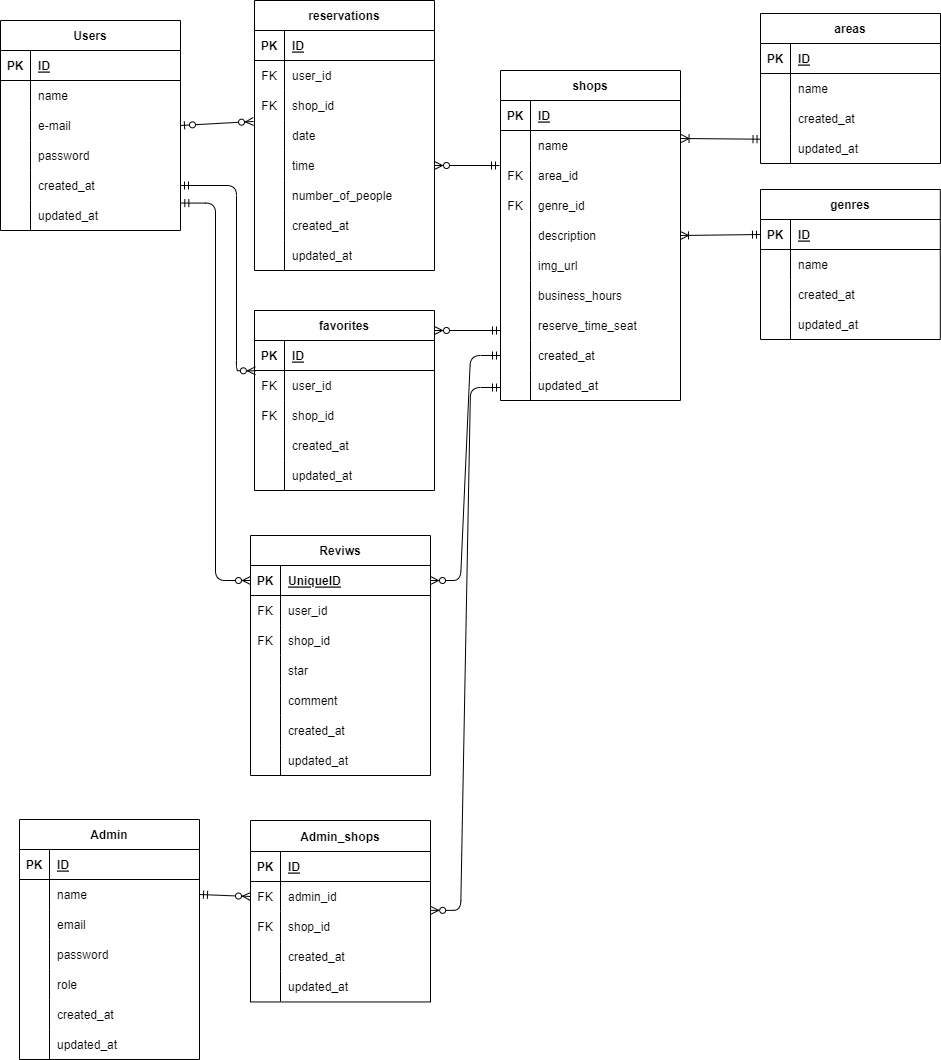
Above: ER.drawio.png in yuriF5/advance (draw.io), before the change. Source tidied: cells renumbered, new cells last; positions are measured from the earlier drawing's top-left corner, leaving out a move shared by most shapes.
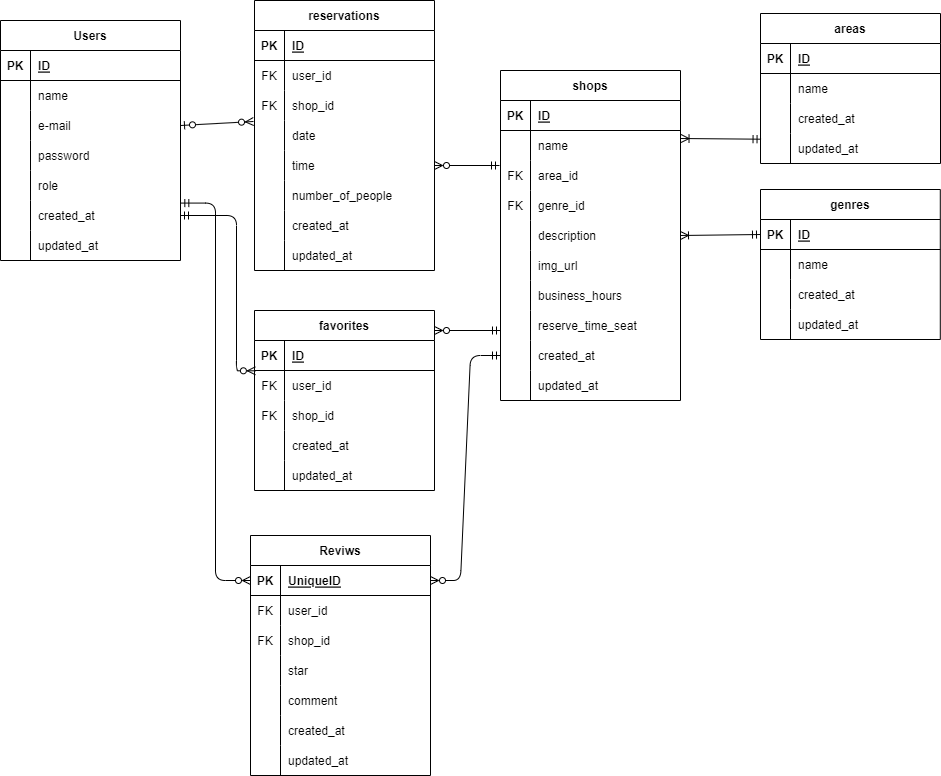
Later version of the same file.

Change to the diagram source:
```diff
@@ -3,7 +3,7 @@
     <mxCell id="0" />
     <mxCell id="1" parent="0" />
     <mxCell id="2" value="Users" style="shape=table;startSize=30;rowLines=0;fontStyle=1;align=center;" parent="1" vertex="1">
-      <mxGeometry y="20" width="180" height="210" as="geometry" />
+      <mxGeometry y="20" width="180" height="240" as="geometry" />
     </mxCell>
     <mxCell id="3" style="shape=tableRow;horizontal=0;startSize=0;swimlaneHead=0;swimlaneBody=0;fillColor=none;top=0;left=0;right=0;bottom=1;" parent="2" vertex="1">
       <mxGeometry y="30" width="180" height="30" as="geometry" />
@@ -41,8 +41,17 @@
     <mxCell id="14" value="password" style="shape=partialRectangle;fillColor=none;top=0;left=0;bottom=0;right=0;align=left;spacingLeft=6;overflow=hidden;" parent="12" vertex="1">
       <mxGeometry x="30" width="150" height="30" as="geometry" />
     </mxCell>
+    <mxCell id="138" style="shape=tableRow;horizontal=0;startSize=0;swimlaneHead=0;swimlaneBody=0;fillColor=none;top=0;left=0;right=0;bottom=0;" parent="2" vertex="1">
+      <mxGeometry y="150" width="180" height="30" as="geometry" />
+    </mxCell>
+    <mxCell id="189" style="shape=partialRectangle;fillColor=none;top=0;left=0;bottom=0;right=0;overflow=hidden;" parent="138" vertex="1">
+      <mxGeometry width="30" height="30" as="geometry" />
+    </mxCell>
+    <mxCell id="140" value="role" style="shape=partialRectangle;fillColor=none;top=0;left=0;bottom=0;right=0;align=left;spacingLeft=6;overflow=hidden;" parent="138" vertex="1">
+      <mxGeometry x="30" width="150" height="30" as="geometry" />
+    </mxCell>
     <mxCell id="15" style="shape=tableRow;horizontal=0;startSize=0;swimlaneHead=0;swimlaneBody=0;fillColor=none;points=[[0,0.5],[1,0.5]];portConstraint=eastwest;top=0;left=0;right=0;bottom=0;" parent="2" vertex="1">
-      <mxGeometry y="150" width="180" height="30" as="geometry" />
+      <mxGeometry y="180" width="180" height="30" as="geometry" />
     </mxCell>
     <mxCell id="16" style="shape=partialRectangle;fillColor=none;top=0;left=0;bottom=0;right=0;overflow=hidden;" parent="15" vertex="1">
       <mxGeometry width="30" height="30" as="geometry" />
@@ -51,7 +60,7 @@
       <mxGeometry x="30" width="150" height="30" as="geometry" />
     </mxCell>
     <mxCell id="18" style="shape=tableRow;horizontal=0;startSize=0;swimlaneHead=0;swimlaneBody=0;fillColor=none;top=0;left=0;right=0;bottom=0;" parent="2" vertex="1">
-      <mxGeometry y="180" width="180" height="30" as="geometry" />
+      <mxGeometry y="210" width="180" height="30" as="geometry" />
     </mxCell>
     <mxCell id="19" style="shape=partialRectangle;fillColor=none;top=0;left=0;bottom=0;right=0;overflow=hidden;" parent="18" vertex="1">
       <mxGeometry width="30" height="30" as="geometry" />
@@ -382,120 +391,6 @@
         <mxPoint x="500" y="330" as="targetPoint" />
       </mxGeometry>
     </mxCell>
-    <mxCell id="125" value="Admin" style="shape=table;startSize=30;rowLines=0;fontStyle=1;align=center;" parent="1" vertex="1">
-      <mxGeometry x="19" y="819" width="180" height="240" as="geometry" />
-    </mxCell>
-    <mxCell id="126" style="shape=tableRow;horizontal=0;startSize=0;swimlaneHead=0;swimlaneBody=0;fillColor=none;top=0;left=0;right=0;bottom=1;" parent="125" vertex="1">
-      <mxGeometry y="30" width="180" height="30" as="geometry" />
-    </mxCell>
-    <mxCell id="127" value="PK" style="shape=partialRectangle;fillColor=none;top=0;left=0;bottom=0;right=0;fontStyle=1;overflow=hidden;" parent="126" vertex="1">
-      <mxGeometry width="30" height="30" as="geometry" />
-    </mxCell>
-    <mxCell id="128" value="ID" style="shape=partialRectangle;fillColor=none;top=0;left=0;bottom=0;right=0;align=left;spacingLeft=6;fontStyle=5;overflow=hidden;" parent="126" vertex="1">
-      <mxGeometry x="30" width="150" height="30" as="geometry" />
-    </mxCell>
-    <mxCell id="129" style="shape=tableRow;horizontal=0;startSize=0;swimlaneHead=0;swimlaneBody=0;fillColor=none;points=[[0,0.5],[1,0.5]];portConstraint=eastwest;top=0;left=0;right=0;bottom=0;" parent="125" vertex="1">
-      <mxGeometry y="60" width="180" height="30" as="geometry" />
-    </mxCell>
-    <mxCell id="130" style="shape=partialRectangle;fillColor=none;top=0;left=0;bottom=0;right=0;overflow=hidden;" parent="129" vertex="1">
-      <mxGeometry width="30" height="30" as="geometry" />
-    </mxCell>
-    <mxCell id="131" value="name" style="shape=partialRectangle;fillColor=none;top=0;left=0;bottom=0;right=0;align=left;spacingLeft=6;overflow=hidden;" parent="129" vertex="1">
-      <mxGeometry x="30" width="150" height="30" as="geometry" />
-    </mxCell>
-    <mxCell id="132" style="shape=tableRow;horizontal=0;startSize=0;swimlaneHead=0;swimlaneBody=0;fillColor=none;top=0;left=0;right=0;bottom=0;" parent="125" vertex="1">
-      <mxGeometry y="90" width="180" height="30" as="geometry" />
-    </mxCell>
-    <mxCell id="133" style="shape=partialRectangle;fillColor=none;top=0;left=0;bottom=0;right=0;overflow=hidden;" parent="132" vertex="1">
-      <mxGeometry width="30" height="30" as="geometry" />
-    </mxCell>
-    <mxCell id="134" value="email" style="shape=partialRectangle;fillColor=none;top=0;left=0;bottom=0;right=0;align=left;spacingLeft=6;overflow=hidden;" parent="132" vertex="1">
-      <mxGeometry x="30" width="150" height="30" as="geometry" />
-    </mxCell>
-    <mxCell id="135" style="shape=tableRow;horizontal=0;startSize=0;swimlaneHead=0;swimlaneBody=0;fillColor=none;top=0;left=0;right=0;bottom=0;" parent="125" vertex="1">
-      <mxGeometry y="120" width="180" height="30" as="geometry" />
-    </mxCell>
-    <mxCell id="136" style="shape=partialRectangle;fillColor=none;top=0;left=0;bottom=0;right=0;overflow=hidden;" parent="135" vertex="1">
-      <mxGeometry width="30" height="30" as="geometry" />
-    </mxCell>
-    <mxCell id="137" value="password" style="shape=partialRectangle;fillColor=none;top=0;left=0;bottom=0;right=0;align=left;spacingLeft=6;overflow=hidden;" parent="135" vertex="1">
-      <mxGeometry x="30" width="150" height="30" as="geometry" />
-    </mxCell>
-    <mxCell id="138" style="shape=tableRow;horizontal=0;startSize=0;swimlaneHead=0;swimlaneBody=0;fillColor=none;top=0;left=0;right=0;bottom=0;" parent="125" vertex="1">
-      <mxGeometry y="150" width="180" height="30" as="geometry" />
-    </mxCell>
-    <mxCell id="139" style="shape=partialRectangle;fillColor=none;top=0;left=0;bottom=0;right=0;overflow=hidden;" parent="138" vertex="1">
-      <mxGeometry width="30" height="30" as="geometry" />
-    </mxCell>
-    <mxCell id="140" value="role" style="shape=partialRectangle;fillColor=none;top=0;left=0;bottom=0;right=0;align=left;spacingLeft=6;overflow=hidden;" parent="138" vertex="1">
-      <mxGeometry x="30" width="150" height="30" as="geometry" />
-    </mxCell>
-    <mxCell id="141" style="shape=tableRow;horizontal=0;startSize=0;swimlaneHead=0;swimlaneBody=0;fillColor=none;top=0;left=0;right=0;bottom=0;" parent="125" vertex="1">
-      <mxGeometry y="180" width="180" height="30" as="geometry" />
-    </mxCell>
-    <mxCell id="142" style="shape=partialRectangle;fillColor=none;top=0;left=0;bottom=0;right=0;overflow=hidden;" parent="141" vertex="1">
-      <mxGeometry width="30" height="30" as="geometry" />
-    </mxCell>
-    <mxCell id="143" value="created_at" style="shape=partialRectangle;fillColor=none;top=0;left=0;bottom=0;right=0;align=left;spacingLeft=6;overflow=hidden;" parent="141" vertex="1">
-      <mxGeometry x="30" width="150" height="30" as="geometry" />
-    </mxCell>
-    <mxCell id="144" style="shape=tableRow;horizontal=0;startSize=0;swimlaneHead=0;swimlaneBody=0;fillColor=none;top=0;left=0;right=0;bottom=0;" parent="125" vertex="1">
-      <mxGeometry y="210" width="180" height="30" as="geometry" />
-    </mxCell>
-    <mxCell id="145" style="shape=partialRectangle;fillColor=none;top=0;left=0;bottom=0;right=0;overflow=hidden;" parent="144" vertex="1">
-      <mxGeometry width="30" height="30" as="geometry" />
-    </mxCell>
-    <mxCell id="146" value="updated_at" style="shape=partialRectangle;fillColor=none;top=0;left=0;bottom=0;right=0;align=left;spacingLeft=6;overflow=hidden;" parent="144" vertex="1">
-      <mxGeometry x="30" width="150" height="30" as="geometry" />
-    </mxCell>
-    <mxCell id="147" value="Admin_shops" style="shape=table;startSize=31;rowLines=0;fontStyle=1;align=center;" parent="1" vertex="1">
-      <mxGeometry x="250" y="820" width="180" height="181.5" as="geometry" />
-    </mxCell>
-    <mxCell id="148" style="shape=tableRow;horizontal=0;startSize=0;swimlaneHead=0;swimlaneBody=0;fillColor=none;top=0;left=0;right=0;bottom=1;" parent="147" vertex="1">
-      <mxGeometry y="31" width="180" height="30" as="geometry" />
-    </mxCell>
-    <mxCell id="149" value="PK" style="shape=partialRectangle;fillColor=none;top=0;left=0;bottom=0;right=0;fontStyle=1;overflow=hidden;" parent="148" vertex="1">
-      <mxGeometry width="30" height="30" as="geometry" />
-    </mxCell>
-    <mxCell id="150" value="ID" style="shape=partialRectangle;fillColor=none;top=0;left=0;bottom=0;right=0;align=left;spacingLeft=6;fontStyle=5;overflow=hidden;" parent="148" vertex="1">
-      <mxGeometry x="30" width="150" height="30" as="geometry" />
-    </mxCell>
-    <mxCell id="151" style="shape=tableRow;horizontal=0;startSize=0;swimlaneHead=0;swimlaneBody=0;fillColor=none;points=[[0,0.5],[1,0.5]];portConstraint=eastwest;top=0;left=0;right=0;bottom=0;" parent="147" vertex="1">
-      <mxGeometry y="61" width="180" height="30" as="geometry" />
-    </mxCell>
-    <mxCell id="152" value="FK" style="shape=partialRectangle;fillColor=none;top=0;left=0;bottom=0;right=0;overflow=hidden;" parent="151" vertex="1">
-      <mxGeometry width="30" height="30" as="geometry" />
-    </mxCell>
-    <mxCell id="153" value="admin_id" style="shape=partialRectangle;fillColor=none;top=0;left=0;bottom=0;right=0;align=left;spacingLeft=6;overflow=hidden;" parent="151" vertex="1">
-      <mxGeometry x="30" width="150" height="30" as="geometry" />
-    </mxCell>
-    <mxCell id="154" style="shape=tableRow;horizontal=0;startSize=0;swimlaneHead=0;swimlaneBody=0;fillColor=none;top=0;left=0;right=0;bottom=0;" parent="147" vertex="1">
-      <mxGeometry y="91" width="180" height="30" as="geometry" />
-    </mxCell>
-    <mxCell id="155" value="FK" style="shape=partialRectangle;fillColor=none;top=0;left=0;bottom=0;right=0;overflow=hidden;" parent="154" vertex="1">
-      <mxGeometry width="30" height="30" as="geometry" />
-    </mxCell>
-    <mxCell id="156" value="shop_id" style="shape=partialRectangle;fillColor=none;top=0;left=0;bottom=0;right=0;align=left;spacingLeft=6;overflow=hidden;" parent="154" vertex="1">
-      <mxGeometry x="30" width="150" height="30" as="geometry" />
-    </mxCell>
-    <mxCell id="157" style="shape=tableRow;horizontal=0;startSize=0;swimlaneHead=0;swimlaneBody=0;fillColor=none;top=0;left=0;right=0;bottom=0;" parent="147" vertex="1">
-      <mxGeometry y="121" width="180" height="30" as="geometry" />
-    </mxCell>
-    <mxCell id="158" style="shape=partialRectangle;fillColor=none;top=0;left=0;bottom=0;right=0;overflow=hidden;" parent="157" vertex="1">
-      <mxGeometry width="30" height="30" as="geometry" />
-    </mxCell>
-    <mxCell id="159" value="created_at" style="shape=partialRectangle;fillColor=none;top=0;left=0;bottom=0;right=0;align=left;spacingLeft=6;overflow=hidden;" parent="157" vertex="1">
-      <mxGeometry x="30" width="150" height="30" as="geometry" />
-    </mxCell>
-    <mxCell id="160" style="shape=tableRow;horizontal=0;startSize=0;swimlaneHead=0;swimlaneBody=0;fillColor=none;top=0;left=0;right=0;bottom=0;" parent="147" vertex="1">
-      <mxGeometry y="151" width="180" height="30" as="geometry" />
-    </mxCell>
-    <mxCell id="161" style="shape=partialRectangle;fillColor=none;top=0;left=0;bottom=0;right=0;overflow=hidden;" parent="160" vertex="1">
-      <mxGeometry width="30" height="30" as="geometry" />
-    </mxCell>
-    <mxCell id="162" value="updated_at" style="shape=partialRectangle;fillColor=none;top=0;left=0;bottom=0;right=0;align=left;spacingLeft=6;overflow=hidden;" parent="160" vertex="1">
-      <mxGeometry x="30" width="150" height="30" as="geometry" />
-    </mxCell>
     <mxCell id="163" value="Reviws" style="shape=table;startSize=30;rowLines=0;fontStyle=1;align=center;" parent="1" vertex="1">
       <mxGeometry x="250" y="535" width="180" height="240" as="geometry" />
     </mxCell>
@@ -570,13 +465,5 @@
     <mxCell id="186" style="edgeStyle=entityRelationEdgeStyle;fontSize=12;html=1;endArrow=ERmandOne;endFill=0;startArrow=ERzeroToMany;startFill=0;exitX=1;exitY=0.5;exitDx=0;exitDy=0;entryX=0;entryY=0.5;entryDx=0;entryDy=0;" parent="1" edge="1" source="164" target="87">
       <mxGeometry relative="1" as="geometry" />
     </mxCell>
-    <mxCell id="187" style="edgeStyle=entityRelationEdgeStyle;fontSize=12;html=1;endArrow=ERmandOne;endFill=0;startArrow=ERzeroToMany;startFill=0;exitX=1.001;exitY=0.962;exitDx=0;exitDy=0;exitPerimeter=0;" parent="1" edge="1" source="151">
-      <mxGeometry relative="1" as="geometry">
-        <mxPoint x="500" y="387" as="targetPoint" />
-      </mxGeometry>
-    </mxCell>
-    <mxCell id="188" style="fontSize=12;html=1;endArrow=ERzeroToMany;endFill=1;startArrow=ERmandOne;startFill=0;entryX=0;entryY=0.5;entryDx=0;entryDy=0;exitX=1;exitY=0.5;exitDx=0;exitDy=0;" parent="1" edge="1" source="129" target="151">
-      <mxGeometry relative="1" as="geometry" />
-    </mxCell>
   </root>
 </mxGraphModel>
```
